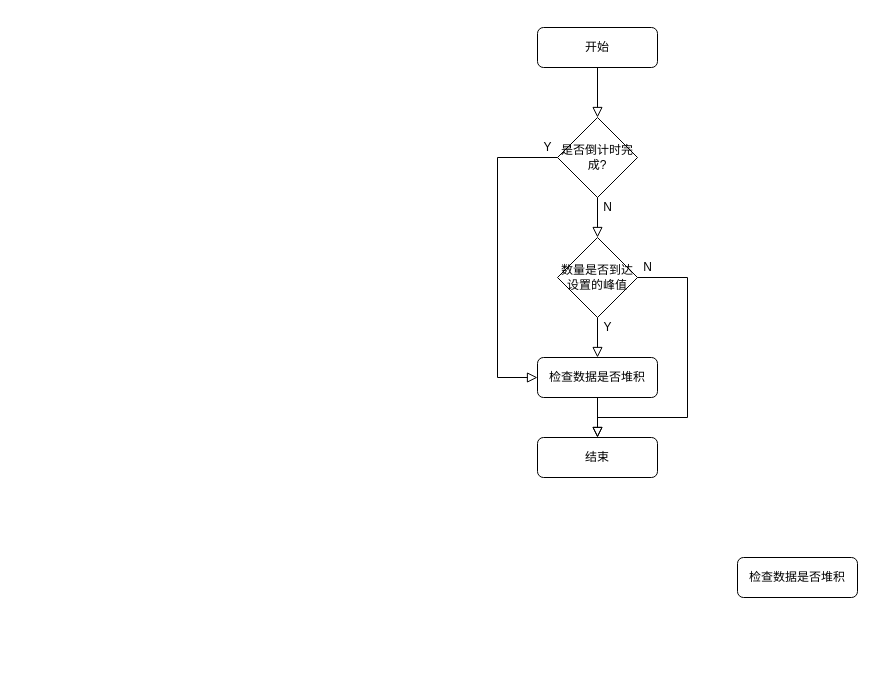
yigoC/test keeps this draw.io diagram as page "topic数据堆积" (5 of 5) of 懂牛生产者.drawio. Above is the earlier version. Source tidied: cells renumbered, new cells numbered last; positions are measured from the earlier drawing's top-left corner, leaving out a move shared by most shapes. Both pictures are drawn from the tidied source at 100%, with x=0, y=0 at pixel (497, 27).
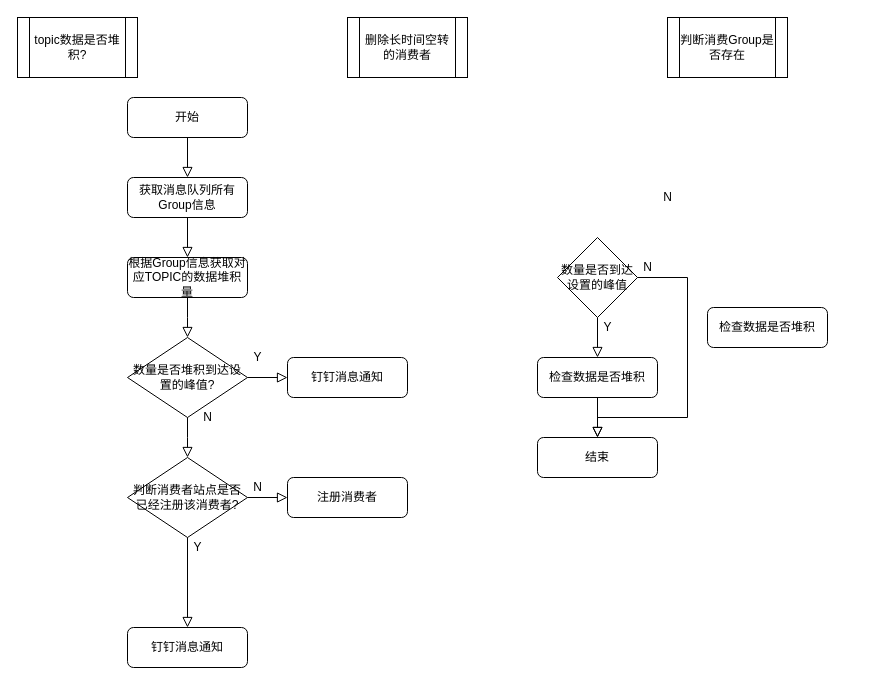
The same page after the edit.

Commit message:
Update 懂牛生产者.drawio

The change refers to these unchanged cells:
```xml
<mxCell id="4" value="&lt;span&gt;检查数据是否堆积&lt;/span&gt;" style="rounded=1;whiteSpace=wrap;html=1;fontSize=12;glass=0;strokeWidth=1;shadow=0;" parent="1" vertex="1">
  <mxGeometry x="40" y="330" width="120" height="40" as="geometry" />
</mxCell>
<mxCell id="9" value="数量是否到达设置的峰值" style="rhombus;whiteSpace=wrap;html=1;" parent="1" vertex="1">
  <mxGeometry x="60" y="210" width="80" height="80" as="geometry" />
</mxCell>
```

Diff of the diagram source:
```diff
@@
     <mxCell id="3" value="开始" style="rounded=1;whiteSpace=wrap;html=1;fontSize=12;glass=0;strokeWidth=1;shadow=0;" parent="1" vertex="1">
-      <mxGeometry x="40" width="120" height="40" as="geometry" />
+      <mxGeometry x="-370" y="70" width="120" height="40" as="geometry" />
     </mxCell>
@@
     <mxCell id="6" value="检查数据是否堆积" style="rounded=1;whiteSpace=wrap;html=1;fontSize=12;glass=0;strokeWidth=1;shadow=0;" parent="1" vertex="1">
-      <mxGeometry x="240" y="530" width="120" height="40" as="geometry" />
+      <mxGeometry x="210" y="280" width="120" height="40" as="geometry" />
     </mxCell>
-    <mxCell id="7" value="是否倒计时完成?" style="rhombus;whiteSpace=wrap;html=1;" parent="1" vertex="1">
-      <mxGeometry x="60" y="90" width="80" height="80" as="geometry" />
-    </mxCell>
-    <mxCell id="8" style="rounded=0;html=1;jettySize=auto;fontSize=11;endArrow=block;endFill=0;endSize=8;strokeWidth=1;shadow=0;labelBackgroundColor=none;edgeStyle=orthogonalEdgeStyle;" parent="1" edge="1" source="3" target="7">
+    <mxCell id="8" style="rounded=0;html=1;jettySize=auto;fontSize=11;endArrow=block;endFill=0;endSize=8;strokeWidth=1;shadow=0;labelBackgroundColor=none;edgeStyle=orthogonalEdgeStyle;entryX=0.5;entryY=0;entryDx=0;entryDy=0;" parent="1" edge="1" source="3" target="21">
       <mxGeometry relative="1" as="geometry" />
     </mxCell>
@@
-    <mxCell id="10" style="rounded=0;html=1;jettySize=auto;fontSize=11;endArrow=block;endFill=0;endSize=8;strokeWidth=1;shadow=0;labelBackgroundColor=none;edgeStyle=orthogonalEdgeStyle;" parent="1" edge="1" source="7" target="9">
-      <mxGeometry relative="1" as="geometry" />
-    </mxCell>
-    <mxCell id="11" style="rounded=0;html=1;jettySize=auto;fontSize=11;endArrow=block;endFill=0;endSize=8;strokeWidth=1;shadow=0;labelBackgroundColor=none;edgeStyle=orthogonalEdgeStyle;exitX=0;exitY=0.5;exitDx=0;exitDy=0;entryX=0;entryY=0.5;entryDx=0;entryDy=0;" parent="1" edge="1" source="7" target="4">
-      <mxGeometry relative="1" as="geometry">
-        <Array as="points">
-          <mxPoint y="130" />
-          <mxPoint y="350" />
-        </Array>
-      </mxGeometry>
-    </mxCell>
@@
     <mxCell id="13" value="N" style="text;html=1;align=center;verticalAlign=middle;" parent="1" vertex="1">
-      <mxGeometry x="100" y="170" width="20" height="20" as="geometry" />
+      <mxGeometry x="160" y="160" width="20" height="20" as="geometry" />
     </mxCell>
@@
-    <mxCell id="16" value="Y" style="text;html=1;align=center;verticalAlign=middle;" parent="1" vertex="1">
-      <mxGeometry x="40" y="110" width="20" height="20" as="geometry" />
-    </mxCell>
@@
+    <mxCell id="18" value="topic数据是否堆积?" style="shape=process;whiteSpace=wrap;html=1;backgroundOutline=1;" parent="1" vertex="1">
+      <mxGeometry x="-480" y="-10" width="120" height="60" as="geometry" />
+    </mxCell>
+    <mxCell id="19" value="删除长时间空转的消费者" style="shape=process;whiteSpace=wrap;html=1;backgroundOutline=1;" parent="1" vertex="1">
+      <mxGeometry x="-150" y="-10" width="120" height="60" as="geometry" />
+    </mxCell>
+    <mxCell id="20" value="判断消费Group是否存在" style="shape=process;whiteSpace=wrap;html=1;backgroundOutline=1;" parent="1" vertex="1">
+      <mxGeometry x="170" y="-10" width="120" height="60" as="geometry" />
+    </mxCell>
+    <mxCell id="21" value="获取消息队列所有Group信息" style="rounded=1;whiteSpace=wrap;html=1;fontSize=12;glass=0;strokeWidth=1;shadow=0;" parent="1" vertex="1">
+      <mxGeometry x="-370" y="150" width="120" height="40" as="geometry" />
+    </mxCell>
+    <mxCell id="22" value="根据Group信息获取对应TOPIC的数据堆积量" style="rounded=1;whiteSpace=wrap;html=1;fontSize=12;glass=0;strokeWidth=1;shadow=0;" parent="1" vertex="1">
+      <mxGeometry x="-370" y="230" width="120" height="40" as="geometry" />
+    </mxCell>
+    <mxCell id="23" value="数量是否堆积到达设置的峰值?" style="rhombus;whiteSpace=wrap;html=1;" parent="1" vertex="1">
+      <mxGeometry x="-370" y="310" width="120" height="80" as="geometry" />
+    </mxCell>
+    <mxCell id="24" style="rounded=0;html=1;jettySize=auto;fontSize=11;endArrow=block;endFill=0;endSize=8;strokeWidth=1;shadow=0;labelBackgroundColor=none;edgeStyle=orthogonalEdgeStyle;exitX=0.5;exitY=1;exitDx=0;exitDy=0;entryX=0.5;entryY=0;entryDx=0;entryDy=0;" parent="1" edge="1" source="22" target="23">
+      <mxGeometry relative="1" as="geometry">
+        <Array as="points">
+          <mxPoint x="-310" y="290" />
+          <mxPoint x="-310" y="290" />
+        </Array>
+      </mxGeometry>
+    </mxCell>
+    <mxCell id="25" value="判断消费者站点是否已经注册该消费者?" style="rhombus;whiteSpace=wrap;html=1;" parent="1" vertex="1">
+      <mxGeometry x="-370" y="430" width="120" height="80" as="geometry" />
+    </mxCell>
+    <mxCell id="26" style="rounded=0;html=1;jettySize=auto;fontSize=11;endArrow=block;endFill=0;endSize=8;strokeWidth=1;shadow=0;labelBackgroundColor=none;edgeStyle=orthogonalEdgeStyle;exitX=0.5;exitY=1;exitDx=0;exitDy=0;entryX=0.5;entryY=0;entryDx=0;entryDy=0;" parent="1" edge="1" source="23" target="25">
+      <mxGeometry relative="1" as="geometry">
+        <Array as="points">
+          <mxPoint x="-310" y="410" />
+          <mxPoint x="-310" y="410" />
+        </Array>
+      </mxGeometry>
+    </mxCell>
+    <mxCell id="27" style="rounded=0;html=1;jettySize=auto;fontSize=11;endArrow=block;endFill=0;endSize=8;strokeWidth=1;shadow=0;labelBackgroundColor=none;edgeStyle=orthogonalEdgeStyle;exitX=0.5;exitY=1;exitDx=0;exitDy=0;" parent="1" edge="1" source="21" target="22">
+      <mxGeometry relative="1" as="geometry" />
+    </mxCell>
+    <mxCell id="28" value="钉钉消息通知" style="rounded=1;whiteSpace=wrap;html=1;fontSize=12;glass=0;strokeWidth=1;shadow=0;" parent="1" vertex="1">
+      <mxGeometry x="-210" y="330" width="120" height="40" as="geometry" />
+    </mxCell>
+    <mxCell id="29" style="rounded=0;html=1;jettySize=auto;fontSize=11;endArrow=block;endFill=0;endSize=8;strokeWidth=1;shadow=0;labelBackgroundColor=none;edgeStyle=orthogonalEdgeStyle;exitX=1;exitY=0.5;exitDx=0;exitDy=0;" parent="1" edge="1" source="23">
+      <mxGeometry relative="1" as="geometry">
+        <mxPoint x="-210" y="350" as="targetPoint" />
+        <Array as="points">
+          <mxPoint x="-210" y="350" />
+        </Array>
+      </mxGeometry>
+    </mxCell>
+    <mxCell id="30" value="钉钉消息通知" style="rounded=1;whiteSpace=wrap;html=1;fontSize=12;glass=0;strokeWidth=1;shadow=0;" parent="1" vertex="1">
+      <mxGeometry x="-370" y="600" width="120" height="40" as="geometry" />
+    </mxCell>
+    <mxCell id="31" value="注册消费者" style="rounded=1;whiteSpace=wrap;html=1;fontSize=12;glass=0;strokeWidth=1;shadow=0;" parent="1" vertex="1">
+      <mxGeometry x="-210" y="450" width="120" height="40" as="geometry" />
+    </mxCell>
+    <mxCell id="32" style="rounded=0;html=1;jettySize=auto;fontSize=11;endArrow=block;endFill=0;endSize=8;strokeWidth=1;shadow=0;labelBackgroundColor=none;edgeStyle=orthogonalEdgeStyle;" parent="1" edge="1" source="25" target="30">
+      <mxGeometry relative="1" as="geometry" />
+    </mxCell>
+    <mxCell id="33" style="rounded=0;html=1;jettySize=auto;fontSize=11;endArrow=block;endFill=0;endSize=8;strokeWidth=1;shadow=0;labelBackgroundColor=none;edgeStyle=orthogonalEdgeStyle;exitX=1;exitY=0.5;exitDx=0;exitDy=0;entryX=0;entryY=0.5;entryDx=0;entryDy=0;" parent="1" edge="1" source="25" target="31">
+      <mxGeometry relative="1" as="geometry" />
+    </mxCell>
+    <mxCell id="34" value="N" style="text;html=1;align=center;verticalAlign=middle;" parent="1" vertex="1">
+      <mxGeometry x="-250" y="450" width="20" height="20" as="geometry" />
+    </mxCell>
+    <mxCell id="35" value="Y" style="text;html=1;align=center;verticalAlign=middle;" parent="1" vertex="1">
+      <mxGeometry x="-310" y="510" width="20" height="20" as="geometry" />
+    </mxCell>
+    <mxCell id="36" value="Y" style="text;html=1;align=center;verticalAlign=middle;" parent="1" vertex="1">
+      <mxGeometry x="-250" y="320" width="20" height="20" as="geometry" />
+    </mxCell>
+    <mxCell id="37" value="N" style="text;html=1;align=center;verticalAlign=middle;" parent="1" vertex="1">
+      <mxGeometry x="-300" y="380" width="20" height="20" as="geometry" />
+    </mxCell>
```
